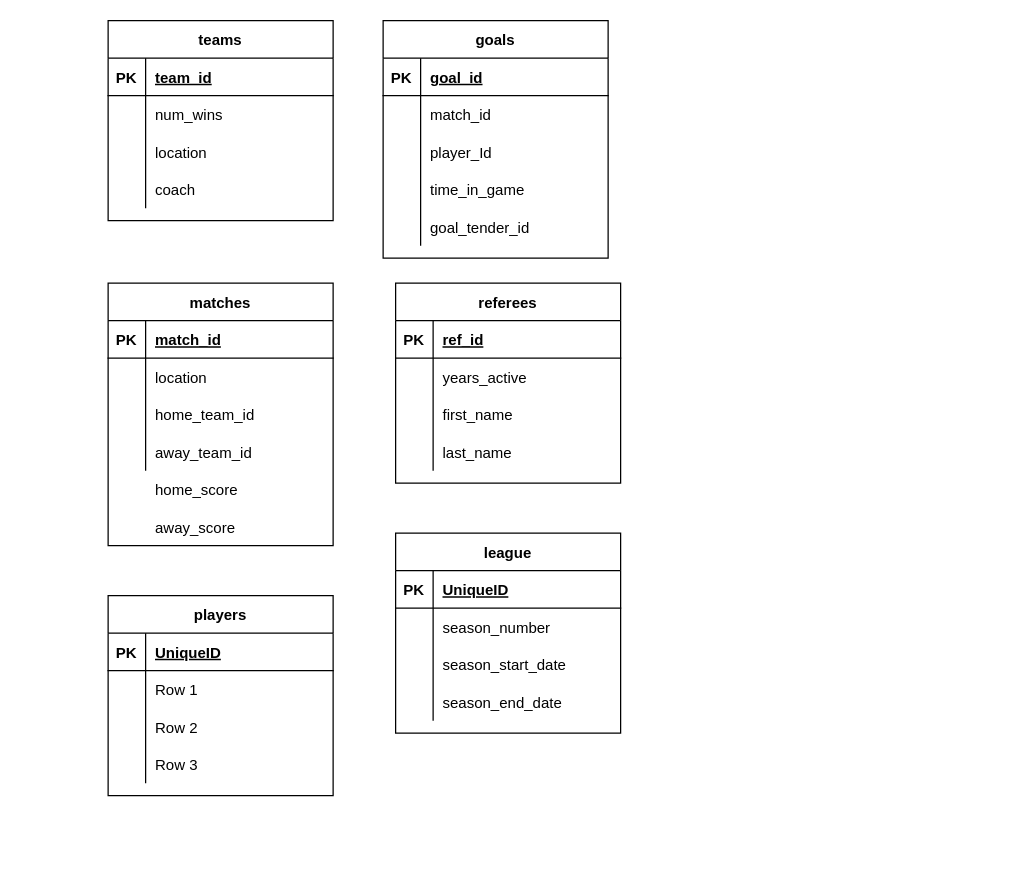
The draw.io diagram page "soccer league" (3 of 7) of hackOrSnooze/Untitled Diagram.drawio in brianjburrow/draw.io, before the edit. Source tidied: cells renumbered, new cells numbered last; positions are measured from the earlier drawing's top-left corner, leaving out a move shared by most shapes. Both pictures are drawn from the tidied source at 125%, with x=0, y=0 at pixel (108, 20).
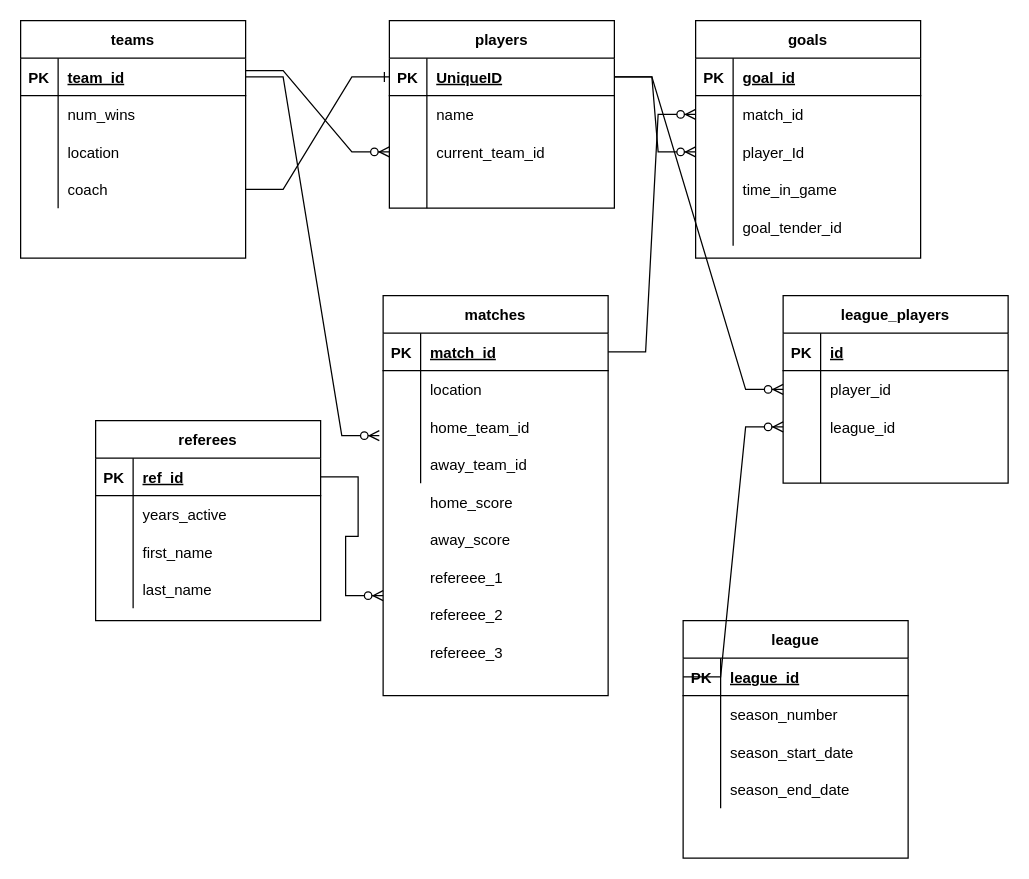
The same diagram, later.

The change refers to these unchanged cells:
```xml
<mxCell id="3" style="shape=partialRectangle;fillColor=none;top=0;left=0;bottom=1;right=0;points=[[0,0.5],[1,0.5]];portConstraint=eastwest;" parent="2" vertex="1">
  <mxGeometry y="30" width="180" height="30" as="geometry" />
</mxCell>
<mxCell id="12" style="shape=partialRectangle;fillColor=none;top=0;left=0;bottom=0;right=0;points=[[0,0.5],[1,0.5]];portConstraint=eastwest;" parent="2" vertex="1">
  <mxGeometry y="120" width="180" height="30" as="geometry" />
</mxCell>
<mxCell id="19" style="shape=partialRectangle;fillColor=none;top=0;left=0;bottom=0;right=0;points=[[0,0.5],[1,0.5]];portConstraint=eastwest;" parent="15" vertex="1">
  <mxGeometry y="60" width="180" height="30" as="geometry" />
</mxCell>
<mxCell id="22" style="shape=partialRectangle;fillColor=none;top=0;left=0;bottom=0;right=0;points=[[0,0.5],[1,0.5]];portConstraint=eastwest;" parent="15" vertex="1">
  <mxGeometry y="90" width="180" height="30" as="geometry" />
</mxCell>
<mxCell id="32" style="shape=partialRectangle;fillColor=none;top=0;left=0;bottom=1;right=0;points=[[0,0.5],[1,0.5]];portConstraint=eastwest;" parent="31" vertex="1">
  <mxGeometry y="30" width="180" height="30" as="geometry" />
</mxCell>
<mxCell id="38" style="shape=partialRectangle;fillColor=none;top=0;left=0;bottom=0;right=0;points=[[0,0.5],[1,0.5]];portConstraint=eastwest;" parent="31" vertex="1">
  <mxGeometry y="90" width="180" height="30" as="geometry" />
</mxCell>
<mxCell id="45" style="shape=partialRectangle;fillColor=none;top=0;left=0;bottom=1;right=0;points=[[0,0.5],[1,0.5]];portConstraint=eastwest;" parent="44" vertex="1">
  <mxGeometry y="30" width="180" height="30" as="geometry" />
</mxCell>
<mxCell id="58" style="shape=partialRectangle;fillColor=none;top=0;left=0;bottom=1;right=0;points=[[0,0.5],[1,0.5]];portConstraint=eastwest;" parent="57" vertex="1">
  <mxGeometry y="30" width="180" height="30" as="geometry" />
</mxCell>
<mxCell id="61" style="shape=partialRectangle;fillColor=none;top=0;left=0;bottom=0;right=0;" parent="57" vertex="1">
  <mxGeometry y="60" width="180" height="30" as="geometry" />
</mxCell>
<mxCell id="64" style="shape=partialRectangle;fillColor=none;top=0;left=0;bottom=0;right=0;points=[[0,0.5],[1,0.5]];portConstraint=eastwest;" parent="57" vertex="1">
  <mxGeometry y="90" width="180" height="30" as="geometry" />
</mxCell>
<mxCell id="67" style="shape=partialRectangle;fillColor=none;top=0;left=0;bottom=0;right=0;" parent="57" vertex="1">
  <mxGeometry y="120" width="180" height="30" as="geometry" />
</mxCell>
<mxCell id="71" style="shape=partialRectangle;fillColor=none;top=0;left=0;bottom=1;right=0;points=[[0,0.5],[1,0.5]];portConstraint=eastwest;" parent="70" vertex="1">
  <mxGeometry y="30" width="180" height="30" as="geometry" />
</mxCell>
```

The edit, as a diff of the source:
```diff
@@
     <mxCell id="2" value="teams" style="shape=table;startSize=30;childLayout=tableLayout;rowLines=0;fontStyle=1;align=center;" parent="1" vertex="1">
-      <mxGeometry width="180" height="160" as="geometry" />
+      <mxGeometry x="-70" width="180" height="190" as="geometry" />
     </mxCell>
@@
     <mxCell id="15" value="goals" style="shape=table;startSize=30;childLayout=tableLayout;rowLines=0;fontStyle=1;align=center;" parent="1" vertex="1">
-      <mxGeometry x="220" width="180" height="190" as="geometry" />
+      <mxGeometry x="470" width="180" height="190" as="geometry" />
     </mxCell>
@@
     <mxCell id="31" value="matches" style="shape=table;startSize=30;childLayout=tableLayout;rowLines=0;fontStyle=1;align=center;" parent="1" vertex="1">
-      <mxGeometry y="210" width="180" height="210" as="geometry" />
+      <mxGeometry x="220" y="220" width="180" height="320" as="geometry" />
     </mxCell>
@@
     <mxCell id="44" value="referees" style="shape=table;startSize=30;childLayout=tableLayout;rowLines=0;fontStyle=1;align=center;" parent="1" vertex="1">
-      <mxGeometry x="230" y="210" width="180" height="160" as="geometry" />
+      <mxGeometry x="-10" y="320" width="180" height="160" as="geometry" />
     </mxCell>
@@
     <mxCell id="57" value="players" style="shape=table;startSize=30;childLayout=tableLayout;rowLines=0;fontStyle=1;align=center;" parent="1" vertex="1">
-      <mxGeometry y="460" width="180" height="160" as="geometry" />
+      <mxGeometry x="225" width="180" height="150" as="geometry" />
     </mxCell>
@@
-    <mxCell id="63" value="Row 1" style="shape=partialRectangle;fillColor=none;top=0;left=0;bottom=0;right=0;align=left;spacingLeft=6;overflow=hidden;" parent="61" vertex="1">
+    <mxCell id="63" value="name" style="shape=partialRectangle;fillColor=none;top=0;left=0;bottom=0;right=0;align=left;spacingLeft=6;overflow=hidden;" parent="61" vertex="1">
       <mxGeometry x="30" width="150" height="30" as="geometry" />
     </mxCell>
@@
-    <mxCell id="66" value="Row 2" style="shape=partialRectangle;fillColor=none;top=0;left=0;bottom=0;right=0;align=left;spacingLeft=6;overflow=hidden;" parent="64" vertex="1">
+    <mxCell id="66" value="current_team_id" style="shape=partialRectangle;fillColor=none;top=0;left=0;bottom=0;right=0;align=left;spacingLeft=6;overflow=hidden;" parent="64" vertex="1">
       <mxGeometry x="30" width="150" height="30" as="geometry" />
     </mxCell>
@@
-    <mxCell id="69" value="Row 3" style="shape=partialRectangle;fillColor=none;top=0;left=0;bottom=0;right=0;align=left;spacingLeft=6;overflow=hidden;" parent="67" vertex="1">
+    <mxCell id="69" style="shape=partialRectangle;fillColor=none;top=0;left=0;bottom=0;right=0;align=left;spacingLeft=6;overflow=hidden;" parent="67" vertex="1">
       <mxGeometry x="30" width="150" height="30" as="geometry" />
     </mxCell>
     <mxCell id="70" value="league" style="shape=table;startSize=30;childLayout=tableLayout;rowLines=0;fontStyle=1;align=center;" parent="1" vertex="1">
-      <mxGeometry x="230" y="410" width="180" height="160" as="geometry" />
+      <mxGeometry x="460" y="480" width="180" height="190" as="geometry" />
     </mxCell>
@@
-    <mxCell id="73" value="UniqueID" style="shape=partialRectangle;fillColor=none;top=0;left=0;bottom=0;right=0;align=left;spacingLeft=6;fontStyle=5;overflow=hidden;" parent="71" vertex="1">
+    <mxCell id="73" value="league_id" style="shape=partialRectangle;fillColor=none;top=0;left=0;bottom=0;right=0;align=left;spacingLeft=6;fontStyle=5;overflow=hidden;" parent="71" vertex="1">
       <mxGeometry x="30" width="150" height="30" as="geometry" />
     </mxCell>
@@
     <mxCell id="83" value="home_score" style="shape=partialRectangle;fillColor=none;top=0;left=0;bottom=0;right=0;align=left;spacingLeft=6;overflow=hidden;" parent="1" vertex="1">
-      <mxGeometry x="30" y="360" width="150" height="30" as="geometry" />
+      <mxGeometry x="250" y="370" width="150" height="30" as="geometry" />
     </mxCell>
     <mxCell id="84" value="away_score" style="shape=partialRectangle;fillColor=none;top=0;left=0;bottom=0;right=0;align=left;spacingLeft=6;overflow=hidden;" parent="1" vertex="1">
-      <mxGeometry x="30" y="390" width="150" height="30" as="geometry" />
+      <mxGeometry x="250" y="400" width="150" height="30" as="geometry" />
     </mxCell>
+    <mxCell id="85" value="league_players" style="shape=table;startSize=30;childLayout=tableLayout;rowLines=0;fontStyle=1;align=center;" parent="1" vertex="1">
+      <mxGeometry x="540" y="220" width="180" height="150" as="geometry" />
+    </mxCell>
+    <mxCell id="86" style="shape=partialRectangle;fillColor=none;top=0;left=0;bottom=1;right=0;" parent="85" vertex="1">
+      <mxGeometry y="30" width="180" height="30" as="geometry" />
+    </mxCell>
+    <mxCell id="87" value="PK" style="shape=partialRectangle;fillColor=none;top=0;left=0;bottom=0;right=0;fontStyle=1;overflow=hidden;" parent="86" vertex="1">
+      <mxGeometry width="30" height="30" as="geometry" />
+    </mxCell>
+    <mxCell id="88" value="id" style="shape=partialRectangle;fillColor=none;top=0;left=0;bottom=0;right=0;align=left;spacingLeft=6;fontStyle=5;overflow=hidden;" parent="86" vertex="1">
+      <mxGeometry x="30" width="150" height="30" as="geometry" />
+    </mxCell>
+    <mxCell id="89" style="shape=partialRectangle;fillColor=none;top=0;left=0;bottom=0;right=0;points=[[0,0.5],[1,0.5]];portConstraint=eastwest;" parent="85" vertex="1">
+      <mxGeometry y="60" width="180" height="30" as="geometry" />
+    </mxCell>
+    <mxCell id="90" style="shape=partialRectangle;fillColor=none;top=0;left=0;bottom=0;right=0;overflow=hidden;" parent="89" vertex="1">
+      <mxGeometry width="30" height="30" as="geometry" />
+    </mxCell>
+    <mxCell id="91" value="player_id" style="shape=partialRectangle;fillColor=none;top=0;left=0;bottom=0;right=0;align=left;spacingLeft=6;overflow=hidden;" parent="89" vertex="1">
+      <mxGeometry x="30" width="150" height="30" as="geometry" />
+    </mxCell>
+    <mxCell id="92" style="shape=partialRectangle;fillColor=none;top=0;left=0;bottom=0;right=0;points=[[0,0.5],[1,0.5]];portConstraint=eastwest;" parent="85" vertex="1">
+      <mxGeometry y="90" width="180" height="30" as="geometry" />
+    </mxCell>
+    <mxCell id="93" style="shape=partialRectangle;fillColor=none;top=0;left=0;bottom=0;right=0;overflow=hidden;" parent="92" vertex="1">
+      <mxGeometry width="30" height="30" as="geometry" />
+    </mxCell>
+    <mxCell id="94" value="league_id" style="shape=partialRectangle;fillColor=none;top=0;left=0;bottom=0;right=0;align=left;spacingLeft=6;overflow=hidden;" parent="92" vertex="1">
+      <mxGeometry x="30" width="150" height="30" as="geometry" />
+    </mxCell>
+    <mxCell id="95" style="shape=partialRectangle;fillColor=none;top=0;left=0;bottom=0;right=0;" parent="85" vertex="1">
+      <mxGeometry y="120" width="180" height="30" as="geometry" />
+    </mxCell>
+    <mxCell id="96" style="shape=partialRectangle;fillColor=none;top=0;left=0;bottom=0;right=0;overflow=hidden;" parent="95" vertex="1">
+      <mxGeometry width="30" height="30" as="geometry" />
+    </mxCell>
+    <mxCell id="97" style="shape=partialRectangle;fillColor=none;top=0;left=0;bottom=0;right=0;align=left;spacingLeft=6;overflow=hidden;" parent="95" vertex="1">
+      <mxGeometry x="30" width="150" height="30" as="geometry" />
+    </mxCell>
+    <mxCell id="98" style="shape=partialRectangle;fillColor=none;top=0;left=0;bottom=0;right=0;align=left;spacingLeft=6;overflow=hidden;" parent="1" vertex="1">
+      <mxGeometry x="20" y="150" width="150" height="30" as="geometry" />
+    </mxCell>
+    <mxCell id="99" style="edgeStyle=entityRelationEdgeStyle;fontSize=12;html=1;endArrow=ERone;endFill=1;rounded=0;exitX=1;exitY=0.5;exitDx=0;exitDy=0;entryX=0;entryY=0.5;entryDx=0;entryDy=0;" parent="1" edge="1" source="12" target="58">
+      <mxGeometry relative="1" as="geometry" />
+    </mxCell>
+    <mxCell id="100" style="edgeStyle=entityRelationEdgeStyle;fontSize=12;html=1;endArrow=ERzeroToMany;endFill=1;rounded=0;exitX=1;exitY=0.5;exitDx=0;exitDy=0;entryX=0;entryY=0.5;entryDx=0;entryDy=0;" parent="1" edge="1" source="32" target="19">
+      <mxGeometry relative="1" as="geometry" />
+    </mxCell>
+    <mxCell id="101" style="edgeStyle=entityRelationEdgeStyle;fontSize=12;html=1;endArrow=ERzeroToMany;endFill=1;rounded=0;entryX=0;entryY=0.5;entryDx=0;entryDy=0;exitX=1;exitY=0.5;exitDx=0;exitDy=0;" parent="1" edge="1" source="58" target="22">
+      <mxGeometry relative="1" as="geometry" />
+    </mxCell>
+    <mxCell id="102" style="edgeStyle=entityRelationEdgeStyle;fontSize=12;html=1;endArrow=ERzeroToMany;endFill=1;rounded=0;entryX=0;entryY=0.5;entryDx=0;entryDy=0;exitX=0;exitY=0.5;exitDx=0;exitDy=0;" parent="1" edge="1" source="71" target="92">
+      <mxGeometry relative="1" as="geometry" />
+    </mxCell>
+    <mxCell id="103" style="edgeStyle=entityRelationEdgeStyle;fontSize=12;html=1;endArrow=ERzeroToMany;endFill=1;rounded=0;exitX=1;exitY=0.5;exitDx=0;exitDy=0;entryX=0;entryY=0.5;entryDx=0;entryDy=0;" parent="1" edge="1" source="58" target="89">
+      <mxGeometry relative="1" as="geometry" />
+    </mxCell>
+    <mxCell id="104" style="edgeStyle=entityRelationEdgeStyle;fontSize=12;html=1;endArrow=ERzeroToMany;endFill=1;rounded=0;entryX=-0.017;entryY=0.734;entryDx=0;entryDy=0;entryPerimeter=0;exitX=1;exitY=0.5;exitDx=0;exitDy=0;" parent="1" edge="1" source="3" target="38">
+      <mxGeometry relative="1" as="geometry" />
+    </mxCell>
+    <mxCell id="105" value="refereee_1" style="shape=partialRectangle;fillColor=none;top=0;left=0;bottom=0;right=0;align=left;spacingLeft=6;overflow=hidden;" parent="1" vertex="1">
+      <mxGeometry x="250" y="430" width="150" height="30" as="geometry" />
+    </mxCell>
+    <mxCell id="106" value="refereee_2" style="shape=partialRectangle;fillColor=none;top=0;left=0;bottom=0;right=0;align=left;spacingLeft=6;overflow=hidden;" parent="1" vertex="1">
+      <mxGeometry x="250" y="460" width="150" height="30" as="geometry" />
+    </mxCell>
+    <mxCell id="107" value="refereee_3" style="shape=partialRectangle;fillColor=none;top=0;left=0;bottom=0;right=0;align=left;spacingLeft=6;overflow=hidden;" parent="1" vertex="1">
+      <mxGeometry x="250" y="490" width="150" height="30" as="geometry" />
+    </mxCell>
+    <mxCell id="108" style="edgeStyle=entityRelationEdgeStyle;fontSize=12;html=1;endArrow=ERzeroToMany;endFill=1;rounded=0;entryX=0;entryY=0.75;entryDx=0;entryDy=0;exitX=1;exitY=0.5;exitDx=0;exitDy=0;" parent="1" edge="1" source="45" target="31">
+      <mxGeometry relative="1" as="geometry" />
+    </mxCell>
+    <mxCell id="109" style="edgeStyle=entityRelationEdgeStyle;fontSize=12;html=1;endArrow=ERzeroToMany;endFill=1;rounded=0;entryX=0;entryY=0.5;entryDx=0;entryDy=0;" parent="1" edge="1" target="64">
+      <mxGeometry relative="1" as="geometry">
+        <mxPoint x="110" y="40" as="sourcePoint" />
+      </mxGeometry>
+    </mxCell>
```
